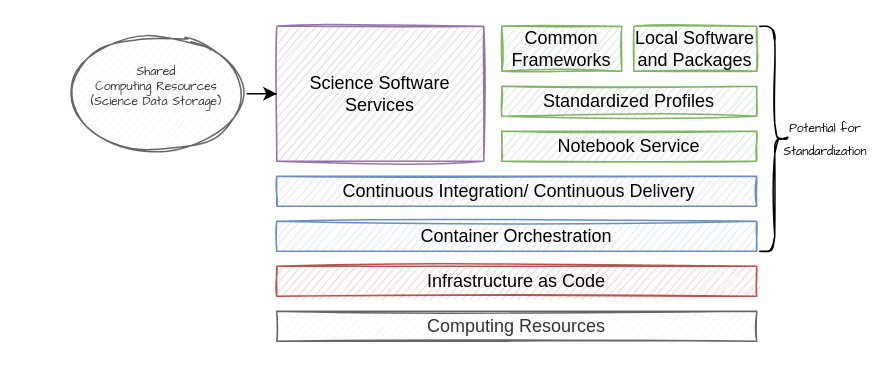
Above: Untitled Diagram.drawio in vre-hub/vre (draw.io), before the change. Source tidied: cells renumbered, new cells numbered last; positions are measured from the earlier drawing's top-left corner, leaving out a move shared by most shapes. Both pictures are drawn from the tidied source at 150%, with x=0, y=0 at pixel (66, 26).
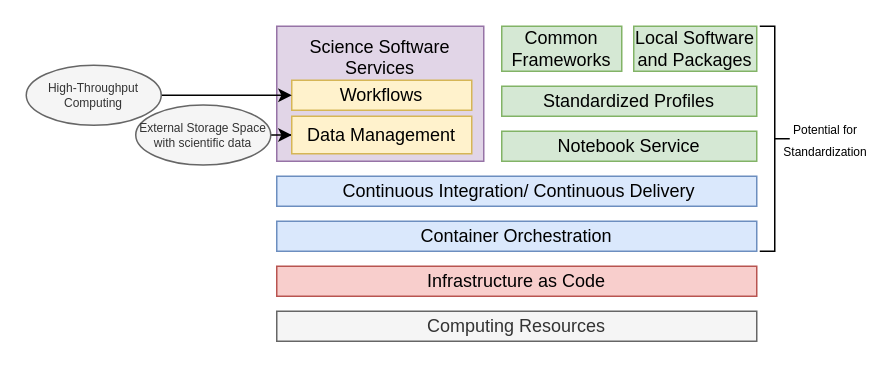
After the change.

What changed in the source:
```diff
@@
 <mxGraphModel>
   <root>
     <mxCell id="0" />
     <mxCell id="1" parent="0" />
-    <mxCell id="2" value="Infrastructure as Code" style="rounded=0;whiteSpace=wrap;html=1;fillColor=#f8cecc;strokeColor=#b85450;sketch=1;" parent="1" vertex="1">
+    <mxCell id="2" value="Infrastructure as Code" style="rounded=0;whiteSpace=wrap;html=1;fillColor=#f8cecc;strokeColor=#b85450;fontFamily=Helvetica;" parent="1" vertex="1">
       <mxGeometry x="140" y="160" width="320" height="20" as="geometry" />
     </mxCell>
-    <mxCell id="3" value="Computing Resources" style="rounded=0;whiteSpace=wrap;html=1;fillColor=#f5f5f5;fontColor=#333333;strokeColor=#666666;sketch=1;" parent="1" vertex="1">
+    <mxCell id="3" value="Computing Resources" style="rounded=0;whiteSpace=wrap;html=1;fillColor=#f5f5f5;fontColor=#333333;strokeColor=#666666;fontFamily=Helvetica;" parent="1" vertex="1">
       <mxGeometry x="140" y="190" width="320" height="20" as="geometry" />
     </mxCell>
-    <mxCell id="4" value="Container Orchestration" style="rounded=0;whiteSpace=wrap;html=1;fillColor=#dae8fc;strokeColor=#6c8ebf;sketch=1;" parent="1" vertex="1">
+    <mxCell id="4" value="Container Orchestration" style="rounded=0;whiteSpace=wrap;html=1;fillColor=#dae8fc;strokeColor=#6c8ebf;fontFamily=Helvetica;" parent="1" vertex="1">
       <mxGeometry x="140" y="130" width="320" height="20" as="geometry" />
     </mxCell>
-    <mxCell id="5" value="&amp;nbsp;Continuous Integration/ Continuous Delivery" style="rounded=0;whiteSpace=wrap;html=1;fillColor=#dae8fc;strokeColor=#6c8ebf;sketch=1;" parent="1" vertex="1">
+    <mxCell id="5" value="&amp;nbsp;Continuous Integration/ Continuous Delivery" style="rounded=0;whiteSpace=wrap;html=1;fillColor=#dae8fc;strokeColor=#6c8ebf;fontFamily=Helvetica;" parent="1" vertex="1">
       <mxGeometry x="140" y="100" width="320" height="20" as="geometry" />
     </mxCell>
-    <mxCell id="6" style="shape=curlyBracket;whiteSpace=wrap;html=1;rounded=1;flipH=1;labelPosition=right;verticalLabelPosition=middle;align=left;verticalAlign=middle;sketch=1;" parent="1" vertex="1">
+    <mxCell id="6" style="shape=curlyBracket;whiteSpace=wrap;html=1;rounded=0;flipH=1;labelPosition=right;verticalLabelPosition=middle;align=left;verticalAlign=middle;fontFamily=Helvetica;" parent="1" vertex="1">
       <mxGeometry x="462" width="20" height="150" as="geometry" />
     </mxCell>
-    <mxCell id="7" value="&lt;font style=&quot;font-size: 8px;&quot;&gt;Potential for Standardization&lt;/font&gt;" style="text;html=1;strokeColor=none;fillColor=none;align=center;verticalAlign=middle;whiteSpace=wrap;rounded=0;sketch=1;shadow=0;fontFamily=Comic Sans MS;" parent="1" vertex="1">
+    <mxCell id="7" value="&lt;font style=&quot;font-size: 8px;&quot;&gt;Potential for Standardization&lt;/font&gt;" style="text;html=1;strokeColor=none;fillColor=none;align=center;verticalAlign=middle;whiteSpace=wrap;rounded=0;shadow=0;fontFamily=Helvetica;labelBorderColor=none;labelBackgroundColor=none;" parent="1" vertex="1">
       <mxGeometry x="482" y="60" width="48" height="30" as="geometry" />
     </mxCell>
-    <mxCell id="8" value="Notebook Service" style="rounded=0;whiteSpace=wrap;html=1;fillColor=#d5e8d4;strokeColor=#82b366;sketch=1;" parent="1" vertex="1">
+    <mxCell id="8" value="Notebook Service" style="rounded=0;whiteSpace=wrap;html=1;fillColor=#d5e8d4;strokeColor=#82b366;fontFamily=Helvetica;" parent="1" vertex="1">
       <mxGeometry x="290" y="70" width="170" height="20" as="geometry" />
     </mxCell>
-    <mxCell id="9" value="Science Software Services" style="rounded=0;whiteSpace=wrap;html=1;fillColor=#e1d5e7;strokeColor=#9673a6;sketch=1;" parent="1" vertex="1">
+    <mxCell id="9" value="Science Software Services" style="rounded=0;whiteSpace=wrap;html=1;fillColor=#e1d5e7;strokeColor=#9673a6;verticalAlign=top;fontFamily=Helvetica;" parent="1" vertex="1">
       <mxGeometry x="140" width="138" height="90" as="geometry" />
     </mxCell>
-    <mxCell id="10" style="edgeStyle=orthogonalEdgeStyle;rounded=0;jettySize=auto;html=1;entryX=0;entryY=0.5;entryDx=0;entryDy=0;fontFamily=Comic Sans MS;fontSize=8;" parent="1" edge="1" source="11" target="9">
-      <mxGeometry relative="1" as="geometry" />
-    </mxCell>
+    <mxCell id="15" style="edgeStyle=orthogonalEdgeStyle;rounded=0;hachureGap=4;jettySize=auto;html=1;entryX=0;entryY=0.5;entryDx=0;entryDy=0;fontFamily=Helvetica;fontSize=16;" parent="1" edge="1" source="11" target="16">
+      <mxGeometry relative="1" as="geometry" />
+    </mxCell>
-    <mxCell id="11" value="&lt;div&gt;Shared&lt;/div&gt;&lt;div&gt;Computing Resources&lt;/div&gt;&lt;div&gt;(Science Data Storage)&lt;br&gt;&lt;/div&gt;&lt;div&gt;&lt;br&gt;&lt;/div&gt;" style="ellipse;whiteSpace=wrap;html=1;rounded=0;shadow=0;sketch=1;fontFamily=Comic Sans MS;fontSize=8;fillColor=#f5f5f5;fontColor=#333333;strokeColor=#666666;" parent="1" vertex="1">
-      <mxGeometry y="5" width="120" height="80" as="geometry" />
+    <mxCell id="11" value="External Storage Space with scientific data" style="ellipse;whiteSpace=wrap;html=1;rounded=0;shadow=0;fontFamily=Helvetica;fontSize=8;fillColor=#f5f5f5;fontColor=#333333;strokeColor=#666666;" parent="1" vertex="1">
+      <mxGeometry x="46" y="52.5" width="90" height="40" as="geometry" />
     </mxCell>
-    <mxCell id="12" value="Standardized Profiles" style="rounded=0;whiteSpace=wrap;html=1;fillColor=#d5e8d4;strokeColor=#82b366;sketch=1;" parent="1" vertex="1">
+    <mxCell id="12" value="Standardized Profiles" style="rounded=0;whiteSpace=wrap;html=1;fillColor=#d5e8d4;strokeColor=#82b366;fontFamily=Helvetica;" parent="1" vertex="1">
       <mxGeometry x="290" y="40" width="170" height="20" as="geometry" />
     </mxCell>
-    <mxCell id="13" value="Common Frameworks" style="rounded=0;whiteSpace=wrap;html=1;fillColor=#d5e8d4;strokeColor=#82b366;sketch=1;" parent="1" vertex="1">
+    <mxCell id="13" value="Common Frameworks" style="rounded=0;whiteSpace=wrap;html=1;fillColor=#d5e8d4;strokeColor=#82b366;fontFamily=Helvetica;" parent="1" vertex="1">
       <mxGeometry x="290" width="80" height="30" as="geometry" />
     </mxCell>
-    <mxCell id="14" value="Local Software and Packages" style="rounded=0;whiteSpace=wrap;html=1;fillColor=#d5e8d4;strokeColor=#82b366;sketch=1;" parent="1" vertex="1">
+    <mxCell id="14" value="Local Software and Packages" style="rounded=0;whiteSpace=wrap;html=1;fillColor=#d5e8d4;strokeColor=#82b366;fontFamily=Helvetica;" parent="1" vertex="1">
       <mxGeometry x="378" width="82" height="30" as="geometry" />
     </mxCell>
+    <mxCell id="16" value="Data Management" style="rounded=0;whiteSpace=wrap;html=1;fillColor=#fff2cc;strokeColor=#d6b656;fontFamily=Helvetica;" parent="1" vertex="1">
+      <mxGeometry x="150" y="60" width="120" height="25" as="geometry" />
+    </mxCell>
+    <mxCell id="17" value="Workflows" style="rounded=0;whiteSpace=wrap;html=1;fillColor=#fff2cc;strokeColor=#d6b656;fontFamily=Helvetica;" parent="1" vertex="1">
+      <mxGeometry x="150" y="36" width="120" height="20" as="geometry" />
+    </mxCell>
+    <mxCell id="18" style="edgeStyle=orthogonalEdgeStyle;rounded=0;hachureGap=4;jettySize=auto;html=1;exitX=1;exitY=0.5;exitDx=0;exitDy=0;entryX=0;entryY=0.5;entryDx=0;entryDy=0;fontFamily=Helvetica;fontSize=16;" parent="1" edge="1" source="19" target="17">
+      <mxGeometry relative="1" as="geometry" />
+    </mxCell>
+    <mxCell id="19" value="High-Throughput Computing" style="ellipse;whiteSpace=wrap;html=1;rounded=0;shadow=0;fontFamily=Helvetica;fontSize=8;fillColor=#f5f5f5;fontColor=#333333;strokeColor=#666666;" parent="1" vertex="1">
+      <mxGeometry x="-27" y="26" width="90" height="40" as="geometry" />
+    </mxCell>
   </root>
 </mxGraphModel>
```
